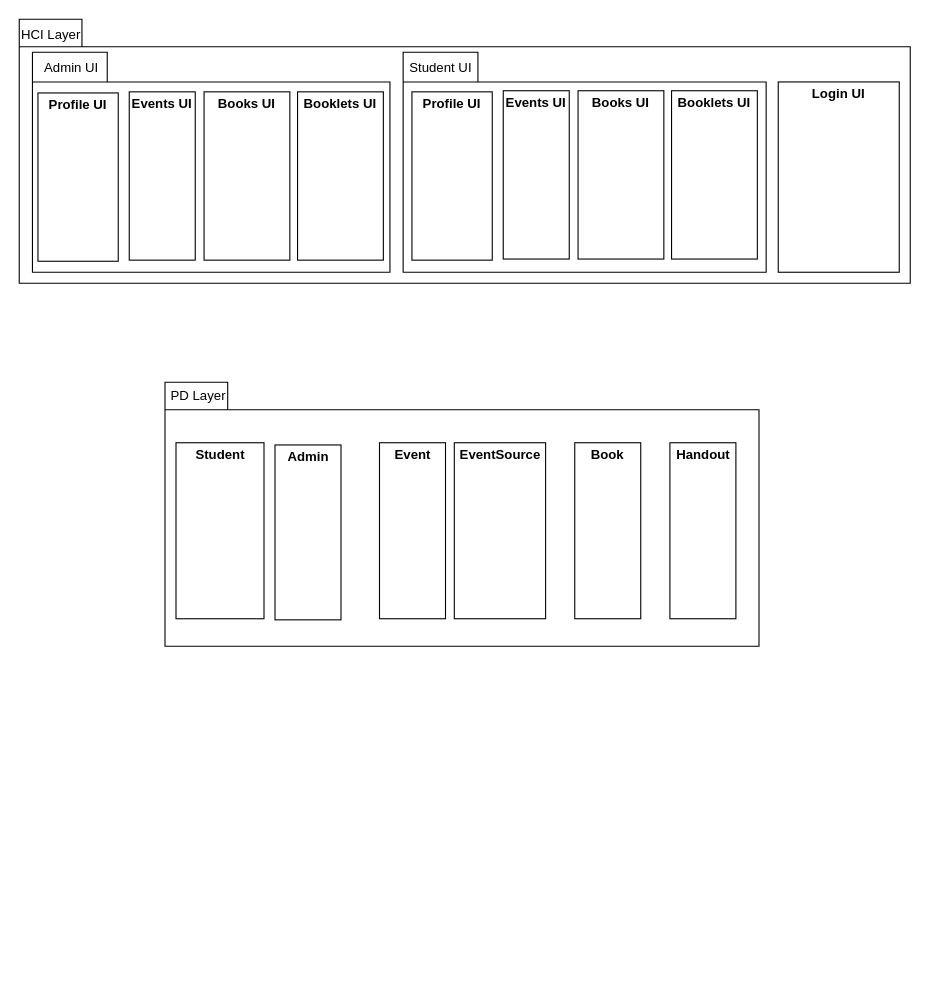
Before: Package Diagram.drawio in m-bassiri/HamyarApp, a draw.io diagram. Source tidied: cells renumbered, new cells numbered last; positions are measured from the earlier drawing's top-left corner, leaving out a move shared by most shapes. Both pictures are drawn from the tidied source at 110%, with x=0, y=0 at pixel (19, 19).
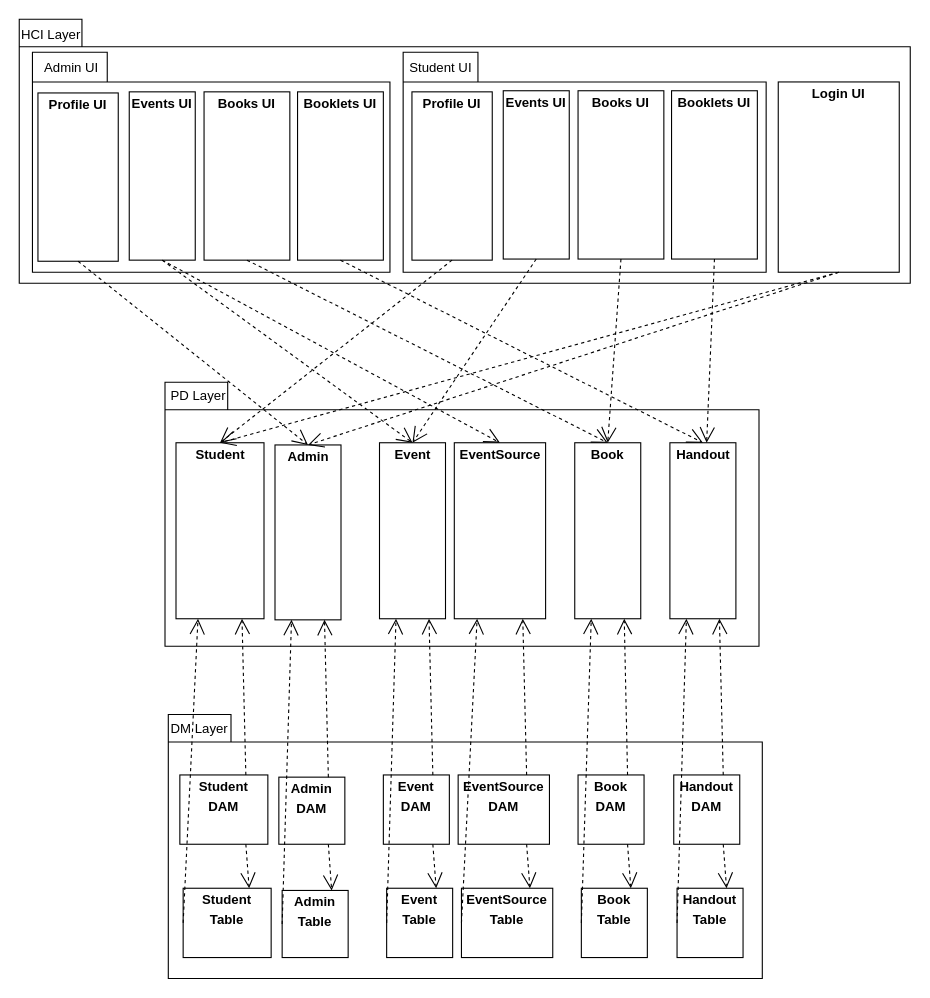
The same page after the edit.

Unchanged cells that the change refers to:
```xml
<mxCell id="8" value="&lt;p style=&quot;margin: 0px ; margin-top: 4px ; text-align: center&quot;&gt;&lt;b&gt;Login UI&lt;/b&gt;&lt;/p&gt;" style="verticalAlign=top;align=left;overflow=fill;fontSize=12;fontFamily=Helvetica;html=1;" parent="1" vertex="1">
  <mxGeometry x="690" y="57" width="110" height="173" as="geometry" />
</mxCell>
<mxCell id="9" value="&lt;p style=&quot;margin: 0px ; margin-top: 4px ; text-align: center&quot;&gt;&lt;b&gt;Profile UI&lt;/b&gt;&lt;/p&gt;" style="verticalAlign=top;align=left;overflow=fill;fontSize=12;fontFamily=Helvetica;html=1;" parent="1" vertex="1">
  <mxGeometry x="17" y="67" width="73" height="153" as="geometry" />
</mxCell>
<mxCell id="10" value="&lt;p style=&quot;margin: 0px ; margin-top: 4px ; text-align: center&quot;&gt;&lt;b&gt;Events UI&lt;/b&gt;&lt;/p&gt;" style="verticalAlign=top;align=left;overflow=fill;fontSize=12;fontFamily=Helvetica;html=1;" parent="1" vertex="1">
  <mxGeometry x="100" y="66" width="60" height="153" as="geometry" />
</mxCell>
<mxCell id="11" value="&lt;p style=&quot;margin: 0px ; margin-top: 4px ; text-align: center&quot;&gt;&lt;b&gt;Books UI&lt;/b&gt;&lt;/p&gt;" style="verticalAlign=top;align=left;overflow=fill;fontSize=12;fontFamily=Helvetica;html=1;" parent="1" vertex="1">
  <mxGeometry x="168" y="66" width="78" height="153" as="geometry" />
</mxCell>
<mxCell id="12" value="&lt;p style=&quot;margin: 0px ; margin-top: 4px ; text-align: center&quot;&gt;&lt;b&gt;Booklets UI&lt;/b&gt;&lt;/p&gt;" style="verticalAlign=top;align=left;overflow=fill;fontSize=12;fontFamily=Helvetica;html=1;" parent="1" vertex="1">
  <mxGeometry x="253" y="66" width="78" height="153" as="geometry" />
</mxCell>
<mxCell id="13" value="&lt;p style=&quot;margin: 0px ; margin-top: 4px ; text-align: center&quot;&gt;&lt;b&gt;Profile UI&lt;/b&gt;&lt;/p&gt;" style="verticalAlign=top;align=left;overflow=fill;fontSize=12;fontFamily=Helvetica;html=1;" parent="1" vertex="1">
  <mxGeometry x="357" y="66" width="73" height="153" as="geometry" />
</mxCell>
<mxCell id="14" value="&lt;p style=&quot;margin: 0px ; margin-top: 4px ; text-align: center&quot;&gt;&lt;b&gt;Events UI&lt;/b&gt;&lt;/p&gt;" style="verticalAlign=top;align=left;overflow=fill;fontSize=12;fontFamily=Helvetica;html=1;" parent="1" vertex="1">
  <mxGeometry x="440" y="65" width="60" height="153" as="geometry" />
</mxCell>
<mxCell id="15" value="&lt;p style=&quot;margin: 0px ; margin-top: 4px ; text-align: center&quot;&gt;&lt;b&gt;Books UI&lt;/b&gt;&lt;/p&gt;" style="verticalAlign=top;align=left;overflow=fill;fontSize=12;fontFamily=Helvetica;html=1;" parent="1" vertex="1">
  <mxGeometry x="508" y="65" width="78" height="153" as="geometry" />
</mxCell>
<mxCell id="16" value="&lt;p style=&quot;margin: 0px ; margin-top: 4px ; text-align: center&quot;&gt;&lt;b&gt;Booklets UI&lt;/b&gt;&lt;/p&gt;" style="verticalAlign=top;align=left;overflow=fill;fontSize=12;fontFamily=Helvetica;html=1;" parent="1" vertex="1">
  <mxGeometry x="593" y="65" width="78" height="153" as="geometry" />
</mxCell>
<mxCell id="19" value="&lt;p style=&quot;margin: 0px ; margin-top: 4px ; text-align: center&quot;&gt;&lt;b&gt;Student&lt;/b&gt;&lt;/p&gt;" style="verticalAlign=top;align=left;overflow=fill;fontSize=12;fontFamily=Helvetica;html=1;" parent="1" vertex="1">
  <mxGeometry x="142.5" y="385" width="80" height="160" as="geometry" />
</mxCell>
<mxCell id="20" value="&lt;p style=&quot;margin: 0px ; margin-top: 4px ; text-align: center&quot;&gt;&lt;b&gt;Admin&lt;/b&gt;&lt;/p&gt;" style="verticalAlign=top;align=left;overflow=fill;fontSize=12;fontFamily=Helvetica;html=1;" parent="1" vertex="1">
  <mxGeometry x="232.5" y="387" width="60" height="159" as="geometry" />
</mxCell>
<mxCell id="21" value="&lt;p style=&quot;margin: 0px ; margin-top: 4px ; text-align: center&quot;&gt;&lt;b&gt;Event&lt;/b&gt;&lt;/p&gt;" style="verticalAlign=top;align=left;overflow=fill;fontSize=12;fontFamily=Helvetica;html=1;" parent="1" vertex="1">
  <mxGeometry x="327.5" y="385" width="60" height="160" as="geometry" />
</mxCell>
<mxCell id="22" value="&lt;p style=&quot;margin: 0px ; margin-top: 4px ; text-align: center&quot;&gt;&lt;b&gt;EventSource&lt;/b&gt;&lt;/p&gt;" style="verticalAlign=top;align=left;overflow=fill;fontSize=12;fontFamily=Helvetica;html=1;" parent="1" vertex="1">
  <mxGeometry x="395.5" y="385" width="83" height="160" as="geometry" />
</mxCell>
<mxCell id="23" value="&lt;p style=&quot;margin: 0px ; margin-top: 4px ; text-align: center&quot;&gt;&lt;b&gt;Book&lt;/b&gt;&lt;/p&gt;" style="verticalAlign=top;align=left;overflow=fill;fontSize=12;fontFamily=Helvetica;html=1;" parent="1" vertex="1">
  <mxGeometry x="505" y="385" width="60" height="160" as="geometry" />
</mxCell>
<mxCell id="24" value="&lt;p style=&quot;margin: 0px ; margin-top: 4px ; text-align: center&quot;&gt;&lt;b&gt;Handout&lt;/b&gt;&lt;/p&gt;" style="verticalAlign=top;align=left;overflow=fill;fontSize=12;fontFamily=Helvetica;html=1;" parent="1" vertex="1">
  <mxGeometry x="591.5" y="385" width="60" height="160" as="geometry" />
</mxCell>
```

The edit, as a diff of the source:
```diff
@@
+    <mxCell id="25" style="shape=folder;fontStyle=1;spacingTop=10;tabWidth=57;tabHeight=25;tabPosition=left;html=1;" parent="1" vertex="1">
+      <mxGeometry x="135.5" y="632" width="540" height="240" as="geometry" />
+    </mxCell>
+    <mxCell id="26" value="DM Layer" style="text;html=1;align=left;verticalAlign=top;spacingTop=-4;" parent="1" vertex="1">
+      <mxGeometry x="136" y="634.5" width="70" height="20" as="geometry" />
+    </mxCell>
+    <mxCell id="27" value="&lt;p style=&quot;margin: 0px ; margin-top: 4px ; text-align: center&quot;&gt;&lt;b&gt;Student&lt;/b&gt;&lt;/p&gt;&lt;p style=&quot;margin: 0px ; margin-top: 4px ; text-align: center&quot;&gt;&lt;b&gt;DAM&lt;/b&gt;&lt;/p&gt;" style="verticalAlign=top;align=left;overflow=fill;fontSize=12;fontFamily=Helvetica;html=1;" parent="1" vertex="1">
+      <mxGeometry x="146" y="687" width="80" height="63" as="geometry" />
+    </mxCell>
+    <mxCell id="28" value="&lt;p style=&quot;margin: 0px ; margin-top: 4px ; text-align: center&quot;&gt;&lt;b&gt;Admin&lt;/b&gt;&lt;/p&gt;&lt;p style=&quot;margin: 0px ; margin-top: 4px ; text-align: center&quot;&gt;&lt;b&gt;DAM&lt;/b&gt;&lt;/p&gt;" style="verticalAlign=top;align=left;overflow=fill;fontSize=12;fontFamily=Helvetica;html=1;" parent="1" vertex="1">
+      <mxGeometry x="236" y="689" width="60" height="61" as="geometry" />
+    </mxCell>
+    <mxCell id="29" value="&lt;p style=&quot;margin: 0px ; margin-top: 4px ; text-align: center&quot;&gt;&lt;b&gt;Event&lt;/b&gt;&lt;/p&gt;&lt;p style=&quot;margin: 0px ; margin-top: 4px ; text-align: center&quot;&gt;&lt;b&gt;DAM&lt;/b&gt;&lt;/p&gt;" style="verticalAlign=top;align=left;overflow=fill;fontSize=12;fontFamily=Helvetica;html=1;" parent="1" vertex="1">
+      <mxGeometry x="331" y="687" width="60" height="63" as="geometry" />
+    </mxCell>
+    <mxCell id="30" value="&lt;p style=&quot;margin: 0px ; margin-top: 4px ; text-align: center&quot;&gt;&lt;b&gt;EventSource&lt;/b&gt;&lt;/p&gt;&lt;p style=&quot;margin: 0px ; margin-top: 4px ; text-align: center&quot;&gt;&lt;b&gt;DAM&lt;/b&gt;&lt;/p&gt;" style="verticalAlign=top;align=left;overflow=fill;fontSize=12;fontFamily=Helvetica;html=1;" parent="1" vertex="1">
+      <mxGeometry x="399" y="687" width="83" height="63" as="geometry" />
+    </mxCell>
+    <mxCell id="31" value="&lt;p style=&quot;margin: 0px ; margin-top: 4px ; text-align: center&quot;&gt;&lt;b&gt;Book&lt;/b&gt;&lt;/p&gt;&lt;p style=&quot;margin: 0px ; margin-top: 4px ; text-align: center&quot;&gt;&lt;b&gt;DAM&lt;/b&gt;&lt;/p&gt;" style="verticalAlign=top;align=left;overflow=fill;fontSize=12;fontFamily=Helvetica;html=1;" parent="1" vertex="1">
+      <mxGeometry x="508" y="687" width="60" height="63" as="geometry" />
+    </mxCell>
+    <mxCell id="32" value="&lt;p style=&quot;margin: 0px ; margin-top: 4px ; text-align: center&quot;&gt;&lt;b&gt;Handout&lt;/b&gt;&lt;/p&gt;&lt;p style=&quot;margin: 0px ; margin-top: 4px ; text-align: center&quot;&gt;&lt;b&gt;DAM&lt;/b&gt;&lt;/p&gt;" style="verticalAlign=top;align=left;overflow=fill;fontSize=12;fontFamily=Helvetica;html=1;" parent="1" vertex="1">
+      <mxGeometry x="595" y="687" width="60" height="63" as="geometry" />
+    </mxCell>
+    <mxCell id="33" value="&lt;p style=&quot;margin: 0px ; margin-top: 4px ; text-align: center&quot;&gt;&lt;b&gt;Student&lt;/b&gt;&lt;/p&gt;&lt;p style=&quot;margin: 0px ; margin-top: 4px ; text-align: center&quot;&gt;&lt;b&gt;Table&lt;/b&gt;&lt;/p&gt;" style="verticalAlign=top;align=left;overflow=fill;fontSize=12;fontFamily=Helvetica;html=1;" parent="1" vertex="1">
+      <mxGeometry x="149" y="790" width="80" height="63" as="geometry" />
+    </mxCell>
+    <mxCell id="34" value="&lt;p style=&quot;margin: 0px ; margin-top: 4px ; text-align: center&quot;&gt;&lt;b&gt;Admin&lt;/b&gt;&lt;/p&gt;&lt;p style=&quot;margin: 0px ; margin-top: 4px ; text-align: center&quot;&gt;&lt;b&gt;Table&lt;/b&gt;&lt;/p&gt;" style="verticalAlign=top;align=left;overflow=fill;fontSize=12;fontFamily=Helvetica;html=1;" parent="1" vertex="1">
+      <mxGeometry x="239" y="792" width="60" height="61" as="geometry" />
+    </mxCell>
+    <mxCell id="35" value="&lt;p style=&quot;margin: 0px ; margin-top: 4px ; text-align: center&quot;&gt;&lt;b&gt;Event&lt;/b&gt;&lt;/p&gt;&lt;p style=&quot;margin: 0px ; margin-top: 4px ; text-align: center&quot;&gt;&lt;b&gt;Table&lt;/b&gt;&lt;/p&gt;" style="verticalAlign=top;align=left;overflow=fill;fontSize=12;fontFamily=Helvetica;html=1;" parent="1" vertex="1">
+      <mxGeometry x="334" y="790" width="60" height="63" as="geometry" />
+    </mxCell>
+    <mxCell id="36" value="&lt;p style=&quot;margin: 0px ; margin-top: 4px ; text-align: center&quot;&gt;&lt;b&gt;EventSource&lt;/b&gt;&lt;/p&gt;&lt;p style=&quot;margin: 0px ; margin-top: 4px ; text-align: center&quot;&gt;&lt;b&gt;Table&lt;/b&gt;&lt;/p&gt;" style="verticalAlign=top;align=left;overflow=fill;fontSize=12;fontFamily=Helvetica;html=1;" parent="1" vertex="1">
+      <mxGeometry x="402" y="790" width="83" height="63" as="geometry" />
+    </mxCell>
+    <mxCell id="37" value="&lt;p style=&quot;margin: 0px ; margin-top: 4px ; text-align: center&quot;&gt;&lt;b&gt;Book&lt;/b&gt;&lt;/p&gt;&lt;p style=&quot;margin: 0px ; margin-top: 4px ; text-align: center&quot;&gt;&lt;b&gt;Table&lt;/b&gt;&lt;/p&gt;" style="verticalAlign=top;align=left;overflow=fill;fontSize=12;fontFamily=Helvetica;html=1;" parent="1" vertex="1">
+      <mxGeometry x="511" y="790" width="60" height="63" as="geometry" />
+    </mxCell>
+    <mxCell id="38" value="&lt;p style=&quot;margin: 0px ; margin-top: 4px ; text-align: center&quot;&gt;&lt;b&gt;Handout&lt;/b&gt;&lt;/p&gt;&lt;p style=&quot;margin: 0px ; margin-top: 4px ; text-align: center&quot;&gt;&lt;b&gt;Table&lt;/b&gt;&lt;/p&gt;" style="verticalAlign=top;align=left;overflow=fill;fontSize=12;fontFamily=Helvetica;html=1;" parent="1" vertex="1">
+      <mxGeometry x="598" y="790" width="60" height="63" as="geometry" />
+    </mxCell>
+    <mxCell id="39" style="endArrow=open;endSize=12;dashed=1;html=1;exitX=0.5;exitY=1;exitDx=0;exitDy=0;entryX=0.5;entryY=0;entryDx=0;entryDy=0;" parent="1" edge="1" source="9" target="20">
+      <mxGeometry relative="1" as="geometry" />
+    </mxCell>
+    <mxCell id="40" style="endArrow=open;endSize=12;dashed=1;html=1;exitX=0.5;exitY=1;exitDx=0;exitDy=0;entryX=0.5;entryY=0;entryDx=0;entryDy=0;" parent="1" edge="1" source="10" target="21">
+      <mxGeometry relative="1" as="geometry" />
+    </mxCell>
+    <mxCell id="41" style="endArrow=open;endSize=12;dashed=1;html=1;exitX=0.5;exitY=1;exitDx=0;exitDy=0;entryX=0.5;entryY=0;entryDx=0;entryDy=0;" parent="1" edge="1" source="10" target="22">
+      <mxGeometry relative="1" as="geometry" />
+    </mxCell>
+    <mxCell id="42" style="endArrow=open;endSize=12;dashed=1;html=1;exitX=0.5;exitY=1;exitDx=0;exitDy=0;entryX=0.5;entryY=0;entryDx=0;entryDy=0;" parent="1" edge="1" source="11" target="23">
+      <mxGeometry relative="1" as="geometry" />
+    </mxCell>
+    <mxCell id="43" style="endArrow=open;endSize=12;dashed=1;html=1;exitX=0.5;exitY=1;exitDx=0;exitDy=0;entryX=0.5;entryY=0;entryDx=0;entryDy=0;" parent="1" edge="1" source="12" target="24">
+      <mxGeometry relative="1" as="geometry" />
+    </mxCell>
+    <mxCell id="44" style="endArrow=open;endSize=12;dashed=1;html=1;exitX=0.5;exitY=1;exitDx=0;exitDy=0;entryX=0.5;entryY=0;entryDx=0;entryDy=0;" parent="1" edge="1" source="13" target="19">
+      <mxGeometry relative="1" as="geometry" />
+    </mxCell>
+    <mxCell id="45" style="endArrow=open;endSize=12;dashed=1;html=1;exitX=0.5;exitY=1;exitDx=0;exitDy=0;entryX=0.5;entryY=0;entryDx=0;entryDy=0;" parent="1" edge="1" source="14" target="21">
+      <mxGeometry relative="1" as="geometry" />
+    </mxCell>
+    <mxCell id="46" style="endArrow=open;endSize=12;dashed=1;html=1;exitX=0.5;exitY=1;exitDx=0;exitDy=0;entryX=0.5;entryY=0;entryDx=0;entryDy=0;" parent="1" edge="1" source="15" target="23">
+      <mxGeometry relative="1" as="geometry" />
+    </mxCell>
+    <mxCell id="47" style="endArrow=open;endSize=12;dashed=1;html=1;exitX=0.5;exitY=1;exitDx=0;exitDy=0;" parent="1" edge="1" source="16" target="24">
+      <mxGeometry relative="1" as="geometry" />
+    </mxCell>
+    <mxCell id="48" style="endArrow=open;endSize=12;dashed=1;html=1;exitX=0.5;exitY=1;exitDx=0;exitDy=0;entryX=0.5;entryY=0;entryDx=0;entryDy=0;" parent="1" edge="1" source="8" target="19">
+      <mxGeometry relative="1" as="geometry" />
+    </mxCell>
+    <mxCell id="49" style="endArrow=open;endSize=12;dashed=1;html=1;exitX=0.5;exitY=1;exitDx=0;exitDy=0;entryX=0.5;entryY=0;entryDx=0;entryDy=0;" parent="1" edge="1" source="8" target="20">
+      <mxGeometry relative="1" as="geometry" />
+    </mxCell>
+    <mxCell id="50" style="endArrow=open;endSize=12;dashed=1;html=1;exitX=0.75;exitY=0;exitDx=0;exitDy=0;entryX=0.75;entryY=1;entryDx=0;entryDy=0;" parent="1" edge="1" source="27" target="19">
+      <mxGeometry relative="1" as="geometry" />
+    </mxCell>
+    <mxCell id="51" value="&lt;br&gt;&lt;br&gt;" style="endArrow=open;endSize=12;dashed=1;html=1;exitX=0;exitY=0.5;exitDx=0;exitDy=0;entryX=0.25;entryY=1;entryDx=0;entryDy=0;" parent="1" edge="1" source="33" target="19">
+      <mxGeometry relative="1" as="geometry" />
+    </mxCell>
+    <mxCell id="52" style="endArrow=open;endSize=12;dashed=1;html=1;exitX=0.75;exitY=0;exitDx=0;exitDy=0;entryX=0.75;entryY=1;entryDx=0;entryDy=0;" parent="1" edge="1" source="28" target="20">
+      <mxGeometry relative="1" as="geometry" />
+    </mxCell>
+    <mxCell id="53" value="&lt;br&gt;&lt;br&gt;" style="endArrow=open;endSize=12;dashed=1;html=1;exitX=0;exitY=0.5;exitDx=0;exitDy=0;entryX=0.25;entryY=1;entryDx=0;entryDy=0;" parent="1" edge="1" source="34" target="20">
+      <mxGeometry relative="1" as="geometry" />
+    </mxCell>
+    <mxCell id="54" style="endArrow=open;endSize=12;dashed=1;html=1;exitX=0.75;exitY=0;exitDx=0;exitDy=0;entryX=0.75;entryY=1;entryDx=0;entryDy=0;" parent="1" edge="1" source="29" target="21">
+      <mxGeometry relative="1" as="geometry" />
+    </mxCell>
+    <mxCell id="55" style="endArrow=open;endSize=12;dashed=1;html=1;exitX=0.75;exitY=1;exitDx=0;exitDy=0;entryX=0.75;entryY=0;entryDx=0;entryDy=0;" parent="1" edge="1" source="27" target="33">
+      <mxGeometry relative="1" as="geometry" />
+    </mxCell>
+    <mxCell id="56" style="endArrow=open;endSize=12;dashed=1;html=1;exitX=0.75;exitY=1;exitDx=0;exitDy=0;entryX=0.75;entryY=0;entryDx=0;entryDy=0;" parent="1" edge="1" source="28" target="34">
+      <mxGeometry relative="1" as="geometry" />
+    </mxCell>
+    <mxCell id="57" style="endArrow=open;endSize=12;dashed=1;html=1;exitX=0.75;exitY=1;exitDx=0;exitDy=0;entryX=0.75;entryY=0;entryDx=0;entryDy=0;" parent="1" edge="1" source="29" target="35">
+      <mxGeometry relative="1" as="geometry" />
+    </mxCell>
+    <mxCell id="58" style="endArrow=open;endSize=12;dashed=1;html=1;exitX=0.75;exitY=1;exitDx=0;exitDy=0;entryX=0.75;entryY=0;entryDx=0;entryDy=0;" parent="1" edge="1" source="30" target="36">
+      <mxGeometry relative="1" as="geometry" />
+    </mxCell>
+    <mxCell id="59" style="endArrow=open;endSize=12;dashed=1;html=1;exitX=0.75;exitY=1;exitDx=0;exitDy=0;entryX=0.75;entryY=0;entryDx=0;entryDy=0;" parent="1" edge="1" source="31" target="37">
+      <mxGeometry relative="1" as="geometry" />
+    </mxCell>
+    <mxCell id="60" style="endArrow=open;endSize=12;dashed=1;html=1;exitX=0.75;exitY=1;exitDx=0;exitDy=0;entryX=0.75;entryY=0;entryDx=0;entryDy=0;" parent="1" edge="1" source="32" target="38">
+      <mxGeometry relative="1" as="geometry" />
+    </mxCell>
+    <mxCell id="61" value="&lt;br&gt;&lt;br&gt;" style="endArrow=open;endSize=12;dashed=1;html=1;exitX=0;exitY=0.5;exitDx=0;exitDy=0;entryX=0.25;entryY=1;entryDx=0;entryDy=0;" parent="1" edge="1" source="35" target="21">
+      <mxGeometry relative="1" as="geometry" />
+    </mxCell>
+    <mxCell id="62" value="&lt;br&gt;&lt;br&gt;" style="endArrow=open;endSize=12;dashed=1;html=1;exitX=0;exitY=0.5;exitDx=0;exitDy=0;entryX=0.25;entryY=1;entryDx=0;entryDy=0;" parent="1" edge="1" source="36" target="22">
+      <mxGeometry relative="1" as="geometry" />
+    </mxCell>
+    <mxCell id="63" value="&lt;br&gt;&lt;br&gt;" style="endArrow=open;endSize=12;dashed=1;html=1;exitX=0;exitY=0.5;exitDx=0;exitDy=0;entryX=0.25;entryY=1;entryDx=0;entryDy=0;" parent="1" edge="1" source="37" target="23">
+      <mxGeometry relative="1" as="geometry" />
+    </mxCell>
+    <mxCell id="64" value="&lt;br&gt;&lt;br&gt;" style="endArrow=open;endSize=12;dashed=1;html=1;exitX=0;exitY=0.5;exitDx=0;exitDy=0;entryX=0.25;entryY=1;entryDx=0;entryDy=0;" parent="1" edge="1" source="38" target="24">
+      <mxGeometry relative="1" as="geometry" />
+    </mxCell>
+    <mxCell id="65" style="endArrow=open;endSize=12;dashed=1;html=1;exitX=0.75;exitY=0;exitDx=0;exitDy=0;entryX=0.75;entryY=1;entryDx=0;entryDy=0;" parent="1" edge="1" source="30" target="22">
+      <mxGeometry relative="1" as="geometry" />
+    </mxCell>
+    <mxCell id="66" style="endArrow=open;endSize=12;dashed=1;html=1;exitX=0.75;exitY=0;exitDx=0;exitDy=0;entryX=0.75;entryY=1;entryDx=0;entryDy=0;" parent="1" edge="1" source="31" target="23">
+      <mxGeometry relative="1" as="geometry" />
+    </mxCell>
+    <mxCell id="67" style="endArrow=open;endSize=12;dashed=1;html=1;exitX=0.75;exitY=0;exitDx=0;exitDy=0;entryX=0.75;entryY=1;entryDx=0;entryDy=0;" parent="1" edge="1" source="32" target="24">
+      <mxGeometry relative="1" as="geometry" />
+    </mxCell>
```
